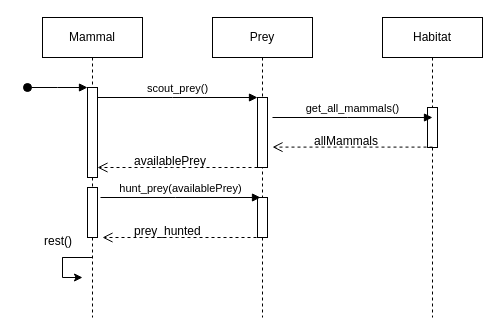
Above: Exercise_2.drawio in HenryVag/draw.io (draw.io), before the change. Source tidied: cells renumbered, new cells numbered last; positions are measured from the earlier drawing's top-left corner, leaving out a move shared by most shapes. Both pictures are drawn from the tidied source at 100%, with x=0, y=0 at pixel (27, 17).
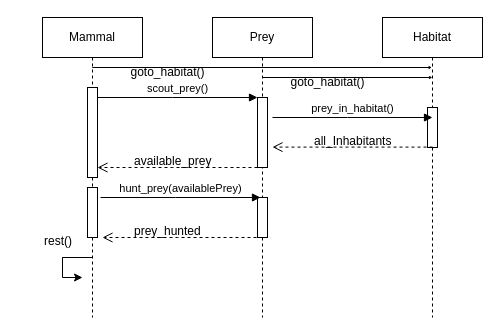
Above is the later version.

Unchanged cells that the change refers to:
```xml
<mxCell id="2" value="Mammal" style="shape=umlLifeline;perimeter=lifelinePerimeter;whiteSpace=wrap;html=1;outlineConnect=0;portConstraint=eastwest;newEdgeStyle={&quot;edgeStyle&quot;:&quot;elbowEdgeStyle&quot;,&quot;elbow&quot;:&quot;vertical&quot;,&quot;curved&quot;:0,&quot;rounded&quot;:0};" parent="1" vertex="1">
  <mxGeometry x="15" width="100" height="300" as="geometry" />
</mxCell>
<mxCell id="3" style="html=1;points=[];perimeter=orthogonalPerimeter;outlineConnect=0;targetShapes=umlLifeline;portConstraint=eastwest;newEdgeStyle={&quot;edgeStyle&quot;:&quot;elbowEdgeStyle&quot;,&quot;elbow&quot;:&quot;vertical&quot;,&quot;curved&quot;:0,&quot;rounded&quot;:0};" parent="2" vertex="1">
  <mxGeometry x="45" y="70" width="10" height="90" as="geometry" />
</mxCell>
<mxCell id="6" value="Prey" style="shape=umlLifeline;perimeter=lifelinePerimeter;whiteSpace=wrap;html=1;outlineConnect=0;portConstraint=eastwest;newEdgeStyle={&quot;edgeStyle&quot;:&quot;elbowEdgeStyle&quot;,&quot;elbow&quot;:&quot;vertical&quot;,&quot;curved&quot;:0,&quot;rounded&quot;:0};" parent="1" vertex="1">
  <mxGeometry x="185" width="100" height="300" as="geometry" />
</mxCell>
<mxCell id="11" value="Habitat" style="shape=umlLifeline;perimeter=lifelinePerimeter;whiteSpace=wrap;html=1;outlineConnect=0;portConstraint=eastwest;newEdgeStyle={&quot;edgeStyle&quot;:&quot;elbowEdgeStyle&quot;,&quot;elbow&quot;:&quot;vertical&quot;,&quot;curved&quot;:0,&quot;rounded&quot;:0};" parent="1" vertex="1">
  <mxGeometry x="355" width="100" height="300" as="geometry" />
</mxCell>
```

The edit, as a diff of the source:
```diff
@@
-    <mxCell id="4" style="html=1;verticalAlign=bottom;startArrow=oval;endArrow=block;startSize=8;edgeStyle=elbowEdgeStyle;elbow=vertical;curved=0;rounded=0;" parent="2" edge="1" target="3">
-      <mxGeometry relative="1" as="geometry">
-        <mxPoint x="-15" y="70" as="sourcePoint" />
-      </mxGeometry>
-    </mxCell>
@@
-    <mxCell id="13" value="availablePrey" style="text;whiteSpace=wrap;html=1;" parent="1" vertex="1">
+    <mxCell id="13" value="available_prey" style="text;whiteSpace=wrap;html=1;" parent="1" vertex="1">
       <mxGeometry x="105" y="130" width="70" height="20" as="geometry" />
     </mxCell>
-    <mxCell id="14" value="get_all_mammals()" style="html=1;verticalAlign=bottom;endArrow=block;edgeStyle=elbowEdgeStyle;elbow=vertical;curved=0;rounded=0;" parent="1" edge="1">
+    <mxCell id="14" value="prey_in_habitat()" style="html=1;verticalAlign=bottom;endArrow=block;edgeStyle=elbowEdgeStyle;elbow=vertical;curved=0;rounded=0;" parent="1" edge="1">
       <mxGeometry relative="1" as="geometry">
         <mxPoint x="245" y="100" as="sourcePoint" />
         <mxPoint x="405" y="100" as="targetPoint" />
         <Array as="points">
           <mxPoint x="320" y="100" />
         </Array>
       </mxGeometry>
     </mxCell>
-    <mxCell id="15" value="allMammals" style="text;whiteSpace=wrap;html=1;" parent="1" vertex="1">
+    <mxCell id="15" value="all_Inhabitants" style="text;whiteSpace=wrap;html=1;" parent="1" vertex="1">
       <mxGeometry x="285" y="110" width="130" height="40" as="geometry" />
     </mxCell>
@@
+    <mxCell id="24" style="endArrow=classic;html=1;rounded=0;curved=0;jumpSize=5;endSize=1;" parent="1" edge="1" target="11">
+      <mxGeometry relative="1" as="geometry">
+        <mxPoint x="64.8" y="50" as="sourcePoint" />
+      </mxGeometry>
+    </mxCell>
+    <mxCell id="25" value="goto_habitat()" style="text;html=1;align=center;verticalAlign=middle;strokeColor=none;fillColor=none;" parent="1" vertex="1">
+      <mxGeometry x="90" y="40" width="100" height="30" as="geometry" />
+    </mxCell>
+    <mxCell id="26" style="endArrow=classic;html=1;rounded=0;curved=0;jumpSize=5;endSize=1;" parent="1" edge="1" source="6">
+      <mxGeometry relative="1" as="geometry">
+        <mxPoint x="405" y="60" as="targetPoint" />
+      </mxGeometry>
+    </mxCell>
+    <mxCell id="27" value="goto_habitat()" style="text;html=1;align=center;verticalAlign=middle;strokeColor=none;fillColor=none;" parent="1" vertex="1">
+      <mxGeometry x="250" y="50" width="100" height="30" as="geometry" />
+    </mxCell>
```
